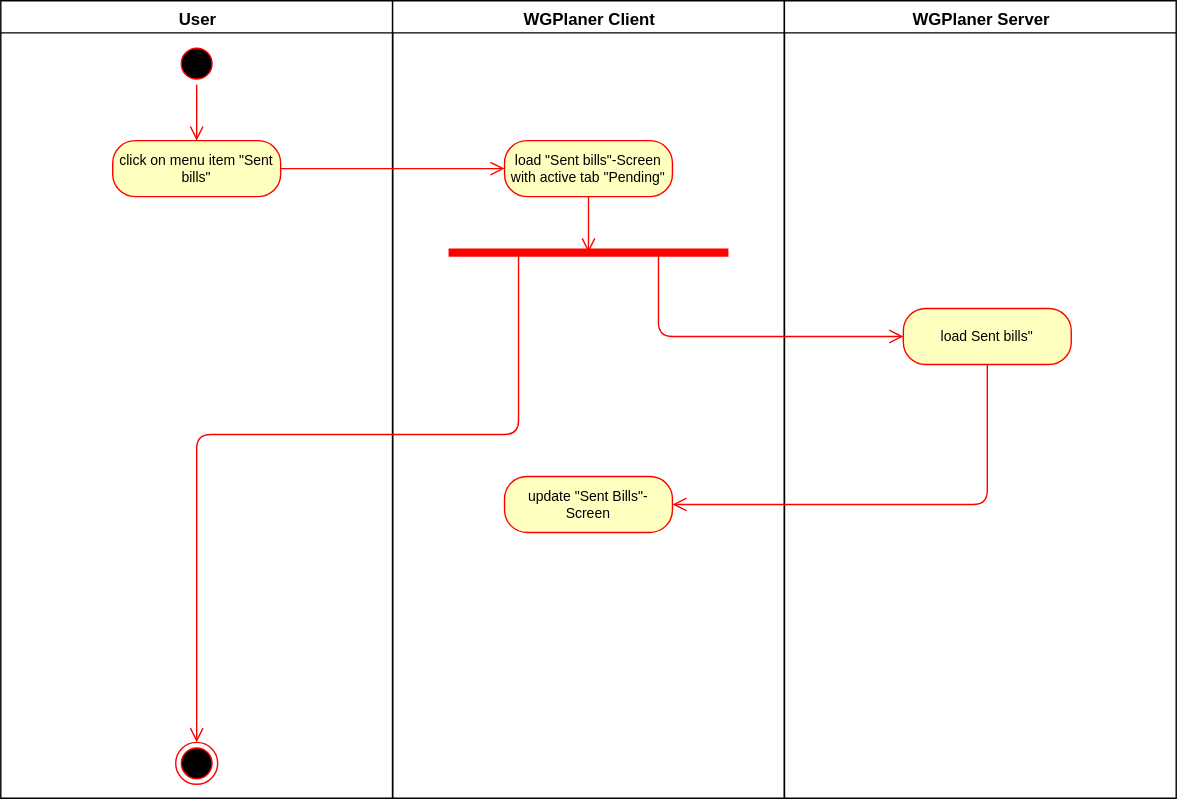
Before: Documentation/ActivityDiagrams/uc_see_sent_bills.svg, a diagram exported from draw.io (WGPlaner/wg_planer). Source tidied: cells renumbered, new cells last; positions are measured from the earlier drawing's top-left corner, leaving out a move shared by most shapes.
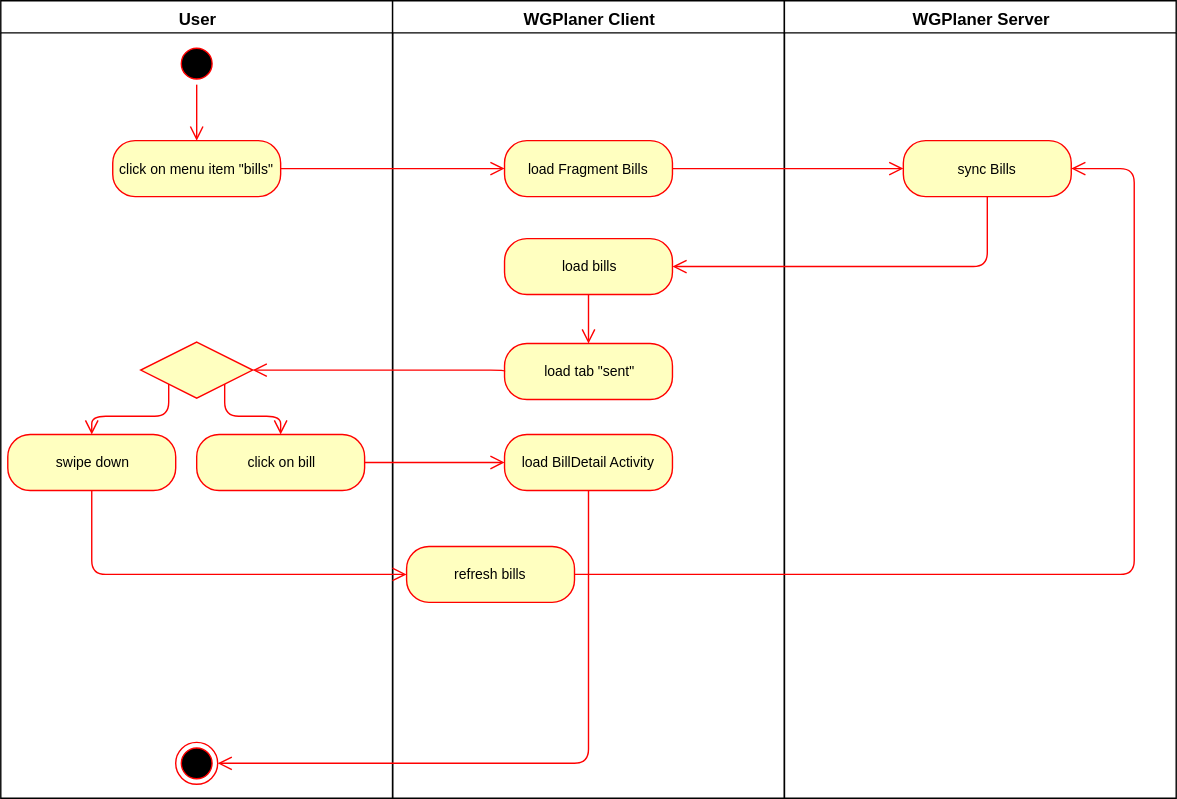
Above is the later version.

What changed in the source:
```diff
@@ -11,59 +11,108 @@
     <mxCell id="4" style="edgeStyle=orthogonalEdgeStyle;html=1;verticalAlign=bottom;endArrow=open;endSize=8;strokeColor=#ff0000;labelBackgroundColor=none;fontFamily=Helvetica;fontSize=16;fontColor=#000000;align=center;entryX=0.5;entryY=0;" parent="2" edge="1" source="3" target="5">
       <mxGeometry relative="1" as="geometry" />
     </mxCell>
-    <mxCell id="5" value="click on menu item &quot;Sent bills&quot;" style="rounded=1;whiteSpace=wrap;html=1;arcSize=40;fillColor=#ffffc0;strokeColor=#ff0000;shadow=0;glass=0;labelBackgroundColor=none;fontFamily=Helvetica;fontSize=10;fontColor=#000000;align=center;" parent="2" vertex="1">
+    <mxCell id="5" value="click on menu item &quot;bills&quot;" style="rounded=1;whiteSpace=wrap;html=1;arcSize=40;fillColor=#ffffc0;strokeColor=#ff0000;shadow=0;glass=0;labelBackgroundColor=none;fontFamily=Helvetica;fontSize=10;fontColor=#000000;align=center;" parent="2" vertex="1">
       <mxGeometry x="80" y="100" width="120" height="40" as="geometry" />
     </mxCell>
     <mxCell id="6" style="ellipse;shape=endState;fillColor=#000000;strokeColor=#ff0000;" parent="2" vertex="1">
       <mxGeometry x="125" y="530" width="30" height="30" as="geometry" />
     </mxCell>
+    <mxCell id="18" style="rhombus;whiteSpace=wrap;html=1;fillColor=#ffffc0;strokeColor=#ff0000;rounded=0;shadow=0;glass=0;labelBackgroundColor=none;fontFamily=Helvetica;fontSize=10;fontColor=#000000;align=center;" parent="2" vertex="1">
+      <mxGeometry x="100" y="244" width="80" height="40" as="geometry" />
+    </mxCell>
+    <mxCell id="19" value="click on bill" style="rounded=1;whiteSpace=wrap;html=1;arcSize=40;fillColor=#ffffc0;strokeColor=#ff0000;shadow=0;glass=0;labelBackgroundColor=none;fontFamily=Helvetica;fontSize=10;fontColor=#000000;align=center;" parent="2" vertex="1">
+      <mxGeometry x="140" y="310" width="120" height="40" as="geometry" />
+    </mxCell>
+    <mxCell id="20" style="edgeStyle=orthogonalEdgeStyle;html=1;verticalAlign=bottom;endArrow=open;endSize=8;strokeColor=#ff0000;labelBackgroundColor=none;fontFamily=Helvetica;fontSize=10;fontColor=#000000;align=center;entryX=0.5;entryY=0;exitX=1;exitY=1;" parent="2" edge="1" source="18" target="19">
+      <mxGeometry relative="1" as="geometry" />
+    </mxCell>
+    <mxCell id="21" value="swipe down" style="rounded=1;whiteSpace=wrap;html=1;arcSize=40;fillColor=#ffffc0;strokeColor=#ff0000;shadow=0;glass=0;labelBackgroundColor=none;fontFamily=Helvetica;fontSize=10;fontColor=#000000;align=center;" parent="2" vertex="1">
+      <mxGeometry x="5" y="310" width="120" height="40" as="geometry" />
+    </mxCell>
+    <mxCell id="22" style="edgeStyle=orthogonalEdgeStyle;html=1;verticalAlign=bottom;endArrow=open;endSize=8;strokeColor=#ff0000;labelBackgroundColor=none;fontFamily=Helvetica;fontSize=10;fontColor=#000000;align=center;entryX=0.5;entryY=0;exitX=0;exitY=1;" parent="2" edge="1" source="18" target="21">
+      <mxGeometry relative="1" as="geometry" />
+    </mxCell>
     <mxCell id="7" value="WGPlaner Client" style="swimlane;whiteSpace=wrap;" parent="1" vertex="1">
       <mxGeometry x="280" width="280" height="570" as="geometry" />
     </mxCell>
-    <mxCell id="8" value="load &quot;Sent bills&quot;-Screen with active tab &quot;Pending&quot;" style="rounded=1;whiteSpace=wrap;html=1;arcSize=40;fillColor=#ffffc0;strokeColor=#ff0000;shadow=0;glass=0;labelBackgroundColor=none;fontFamily=Helvetica;fontSize=10;fontColor=#000000;align=center;" parent="7" vertex="1">
+    <mxCell id="8" value="load Fragment Bills" style="rounded=1;whiteSpace=wrap;html=1;arcSize=40;fillColor=#ffffc0;strokeColor=#ff0000;shadow=0;glass=0;labelBackgroundColor=none;fontFamily=Helvetica;fontSize=10;fontColor=#000000;align=center;" parent="7" vertex="1">
       <mxGeometry x="80" y="100" width="120" height="40" as="geometry" />
     </mxCell>
-    <mxCell id="9" style="edgeStyle=orthogonalEdgeStyle;html=1;verticalAlign=bottom;endArrow=open;endSize=8;strokeColor=#ff0000;labelBackgroundColor=none;fontFamily=Helvetica;fontSize=10;fontColor=#000000;align=center;" parent="7" edge="1" source="8">
-      <mxGeometry relative="1" as="geometry">
-        <mxPoint x="140" y="180" as="targetPoint" />
-      </mxGeometry>
-    </mxCell>
-    <mxCell id="10" style="shape=line;html=1;strokeWidth=6;strokeColor=#ff0000;rounded=0;shadow=0;glass=0;labelBackgroundColor=none;fillColor=#A1A1A1;gradientColor=none;fontFamily=Helvetica;fontSize=10;fontColor=#000000;align=center;" parent="7" vertex="1">
-      <mxGeometry x="40" y="175" width="200" height="10" as="geometry" />
-    </mxCell>
-    <mxCell id="11" value="update &quot;Sent Bills&quot;-Screen" style="rounded=1;whiteSpace=wrap;html=1;arcSize=40;fillColor=#ffffc0;strokeColor=#ff0000;shadow=0;glass=0;labelBackgroundColor=none;fontFamily=Helvetica;fontSize=10;fontColor=#000000;align=center;" parent="7" vertex="1">
-      <mxGeometry x="80" y="340" width="120" height="40" as="geometry" />
+    <mxCell id="11" value="load bills" style="rounded=1;whiteSpace=wrap;html=1;arcSize=40;fillColor=#ffffc0;strokeColor=#ff0000;shadow=0;glass=0;labelBackgroundColor=none;fontFamily=Helvetica;fontSize=10;fontColor=#000000;align=center;" parent="7" vertex="1">
+      <mxGeometry x="80" y="170" width="120" height="40" as="geometry" />
     </mxCell>
+    <mxCell id="23" value="load tab &quot;sent&quot;" style="rounded=1;whiteSpace=wrap;html=1;arcSize=40;fillColor=#ffffc0;strokeColor=#ff0000;shadow=0;glass=0;labelBackgroundColor=none;fontFamily=Helvetica;fontSize=10;fontColor=#000000;align=center;" parent="7" vertex="1">
+      <mxGeometry x="80" y="245" width="120" height="40" as="geometry" />
+    </mxCell>
+    <mxCell id="24" style="edgeStyle=orthogonalEdgeStyle;html=1;verticalAlign=bottom;endArrow=open;endSize=8;strokeColor=#ff0000;labelBackgroundColor=none;fontFamily=Helvetica;fontSize=10;fontColor=#000000;align=center;entryX=0.5;entryY=0;exitX=0.5;exitY=1;" parent="7" edge="1" source="11" target="23">
+      <mxGeometry relative="1" as="geometry">
+        <Array as="points">
+          <mxPoint x="140" y="240" />
+          <mxPoint x="140" y="240" />
+        </Array>
+      </mxGeometry>
+    </mxCell>
+    <mxCell id="25" value="load BillDetail Activity" style="rounded=1;whiteSpace=wrap;html=1;arcSize=40;fillColor=#ffffc0;strokeColor=#ff0000;shadow=0;glass=0;labelBackgroundColor=none;fontFamily=Helvetica;fontSize=10;fontColor=#000000;align=center;" parent="7" vertex="1">
+      <mxGeometry x="80" y="310" width="120" height="40" as="geometry" />
+    </mxCell>
+    <mxCell id="26" value="refresh bills" style="rounded=1;whiteSpace=wrap;html=1;arcSize=40;fillColor=#ffffc0;strokeColor=#ff0000;shadow=0;glass=0;labelBackgroundColor=none;fontFamily=Helvetica;fontSize=10;fontColor=#000000;align=center;" parent="7" vertex="1">
+      <mxGeometry x="10" y="390" width="120" height="40" as="geometry" />
+    </mxCell>
     <mxCell id="12" value="WGPlaner Server" style="swimlane;whiteSpace=wrap;" parent="1" vertex="1">
       <mxGeometry x="560" width="280" height="570" as="geometry" />
     </mxCell>
-    <mxCell id="13" value="load Sent bills&quot;" style="rounded=1;whiteSpace=wrap;html=1;arcSize=40;fillColor=#ffffc0;strokeColor=#ff0000;shadow=0;glass=0;labelBackgroundColor=none;fontFamily=Helvetica;fontSize=10;fontColor=#000000;align=center;" parent="12" vertex="1">
-      <mxGeometry x="85" y="220" width="120" height="40" as="geometry" />
+    <mxCell id="13" value="sync Bills" style="rounded=1;whiteSpace=wrap;html=1;arcSize=40;fillColor=#ffffc0;strokeColor=#ff0000;shadow=0;glass=0;labelBackgroundColor=none;fontFamily=Helvetica;fontSize=10;fontColor=#000000;align=center;" parent="12" vertex="1">
+      <mxGeometry x="85" y="100" width="120" height="40" as="geometry" />
     </mxCell>
     <mxCell id="14" style="edgeStyle=orthogonalEdgeStyle;html=1;verticalAlign=bottom;endArrow=open;endSize=8;strokeColor=#ff0000;labelBackgroundColor=none;fontFamily=Helvetica;fontSize=16;fontColor=#000000;align=center;entryX=0;entryY=0.5;" parent="1" edge="1" source="5" target="8">
       <mxGeometry relative="1" as="geometry" />
     </mxCell>
-    <mxCell id="15" style="edgeStyle=orthogonalEdgeStyle;html=1;verticalAlign=bottom;endArrow=open;endSize=8;strokeColor=#ff0000;labelBackgroundColor=none;fontFamily=Helvetica;fontSize=10;fontColor=#000000;align=center;entryX=0;entryY=0.5;exitX=0.75;exitY=0.5;exitPerimeter=0;" parent="1" edge="1" source="10" target="13">
-      <mxGeometry relative="1" as="geometry">
-        <Array as="points">
-          <mxPoint x="470" y="240" />
-        </Array>
-      </mxGeometry>
-    </mxCell>
-    <mxCell id="16" style="edgeStyle=orthogonalEdgeStyle;html=1;verticalAlign=bottom;endArrow=open;endSize=8;strokeColor=#ff0000;labelBackgroundColor=none;fontFamily=Helvetica;fontSize=10;fontColor=#000000;align=center;exitX=0.25;exitY=0.5;exitPerimeter=0;entryX=0.5;entryY=0;" parent="1" edge="1" source="10" target="6">
-      <mxGeometry relative="1" as="geometry">
-        <Array as="points">
-          <mxPoint x="370" y="310" />
-          <mxPoint x="140" y="310" />
-        </Array>
-      </mxGeometry>
-    </mxCell>
     <mxCell id="17" style="edgeStyle=orthogonalEdgeStyle;html=1;verticalAlign=bottom;endArrow=open;endSize=8;strokeColor=#ff0000;labelBackgroundColor=none;fontFamily=Helvetica;fontSize=10;fontColor=#000000;align=center;entryX=1;entryY=0.5;" parent="1" edge="1" source="13" target="11">
       <mxGeometry relative="1" as="geometry">
         <Array as="points">
-          <mxPoint x="705" y="360" />
+          <mxPoint x="705" y="190" />
         </Array>
       </mxGeometry>
     </mxCell>
+    <mxCell id="9" style="edgeStyle=orthogonalEdgeStyle;html=1;verticalAlign=bottom;endArrow=open;endSize=8;strokeColor=#ff0000;labelBackgroundColor=none;fontFamily=Helvetica;fontSize=10;fontColor=#000000;align=center;entryX=0;entryY=0.5;" parent="1" edge="1" source="8" target="13">
+      <mxGeometry relative="1" as="geometry" />
+    </mxCell>
+    <mxCell id="27" style="edgeStyle=orthogonalEdgeStyle;html=1;verticalAlign=bottom;endArrow=open;endSize=8;strokeColor=#ff0000;labelBackgroundColor=none;fontFamily=Helvetica;fontSize=10;fontColor=#000000;align=center;entryX=1;entryY=0.5;exitX=0.5;exitY=1;" parent="1" edge="1" source="25" target="6">
+      <mxGeometry relative="1" as="geometry">
+        <Array as="points">
+          <mxPoint x="420" y="545" />
+        </Array>
+      </mxGeometry>
+    </mxCell>
+    <mxCell id="28" style="edgeStyle=orthogonalEdgeStyle;html=1;verticalAlign=bottom;endArrow=open;endSize=8;strokeColor=#ff0000;labelBackgroundColor=none;fontFamily=Helvetica;fontSize=10;fontColor=#000000;align=center;entryX=1;entryY=0.5;exitX=0;exitY=0.5;" parent="1" edge="1" source="23" target="18">
+      <mxGeometry relative="1" as="geometry">
+        <Array as="points">
+          <mxPoint x="360" y="264" />
+        </Array>
+      </mxGeometry>
+    </mxCell>
+    <mxCell id="29" style="edgeStyle=orthogonalEdgeStyle;html=1;verticalAlign=bottom;endArrow=open;endSize=8;strokeColor=#ff0000;labelBackgroundColor=none;fontFamily=Helvetica;fontSize=10;fontColor=#000000;align=center;exitX=1;exitY=0.5;entryX=0;entryY=0.5;" parent="1" edge="1" source="19" target="25">
+      <mxGeometry relative="1" as="geometry">
+        <Array as="points">
+          <mxPoint x="320" y="330" />
+          <mxPoint x="320" y="330" />
+        </Array>
+      </mxGeometry>
+    </mxCell>
+    <mxCell id="30" style="edgeStyle=orthogonalEdgeStyle;html=1;verticalAlign=bottom;endArrow=open;endSize=8;strokeColor=#ff0000;labelBackgroundColor=none;fontFamily=Helvetica;fontSize=10;fontColor=#000000;align=center;entryX=0;entryY=0.5;" parent="1" edge="1" source="21" target="26">
+      <mxGeometry relative="1" as="geometry">
+        <Array as="points">
+          <mxPoint x="65" y="410" />
+        </Array>
+      </mxGeometry>
+    </mxCell>
+    <mxCell id="31" style="edgeStyle=orthogonalEdgeStyle;html=1;verticalAlign=bottom;endArrow=open;endSize=8;strokeColor=#ff0000;labelBackgroundColor=none;fontFamily=Helvetica;fontSize=10;fontColor=#000000;align=center;entryX=1;entryY=0.5;exitX=1;exitY=0.5;" parent="1" edge="1" source="26" target="13">
+      <mxGeometry relative="1" as="geometry">
+        <Array as="points">
+          <mxPoint x="810" y="410" />
+          <mxPoint x="810" y="120" />
+        </Array>
+      </mxGeometry>
+    </mxCell>
   </root>
 </mxGraphModel>
```
